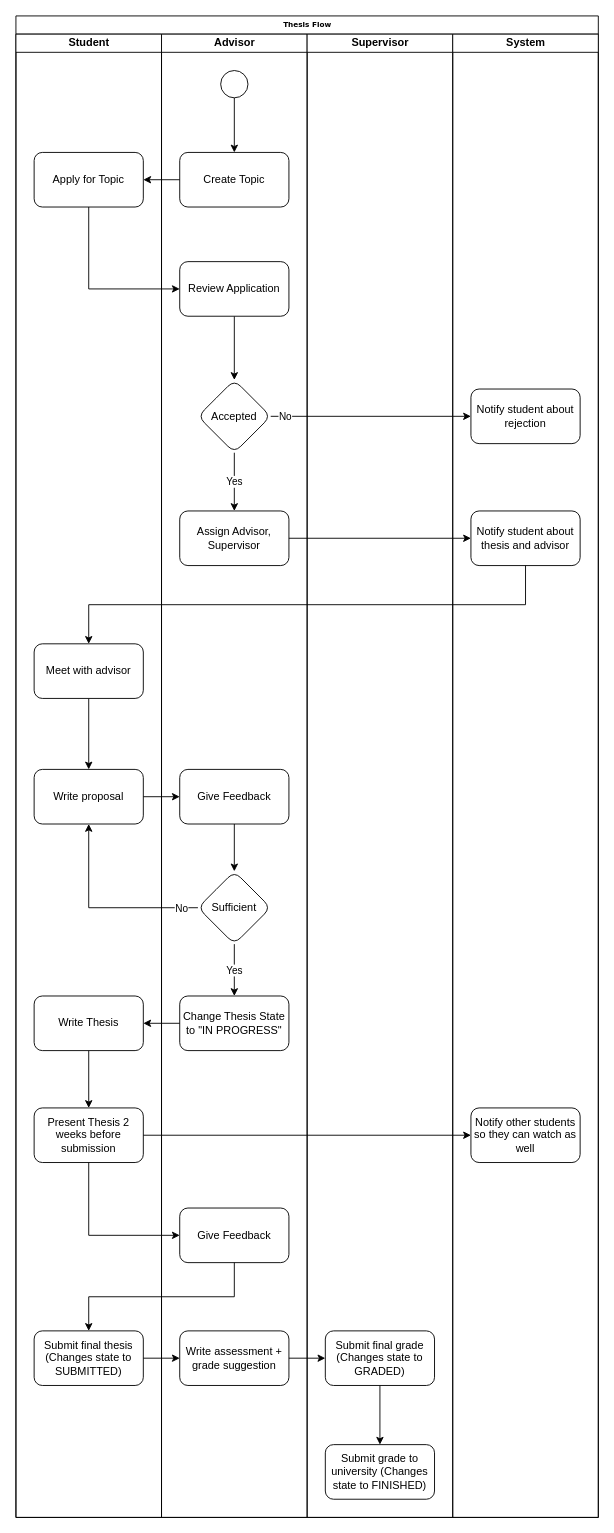
Earlier version of the draw.io diagram proposal/flowchart-2.drawio (fabian-emilius/bachelor-thesis-charts). Source tidied: cells renumbered, new cells numbered last; positions are measured from the earlier drawing's top-left corner, leaving out a move shared by most shapes. Both pictures are drawn from the tidied source at 91%, with x=0, y=0 at pixel (15, 15).
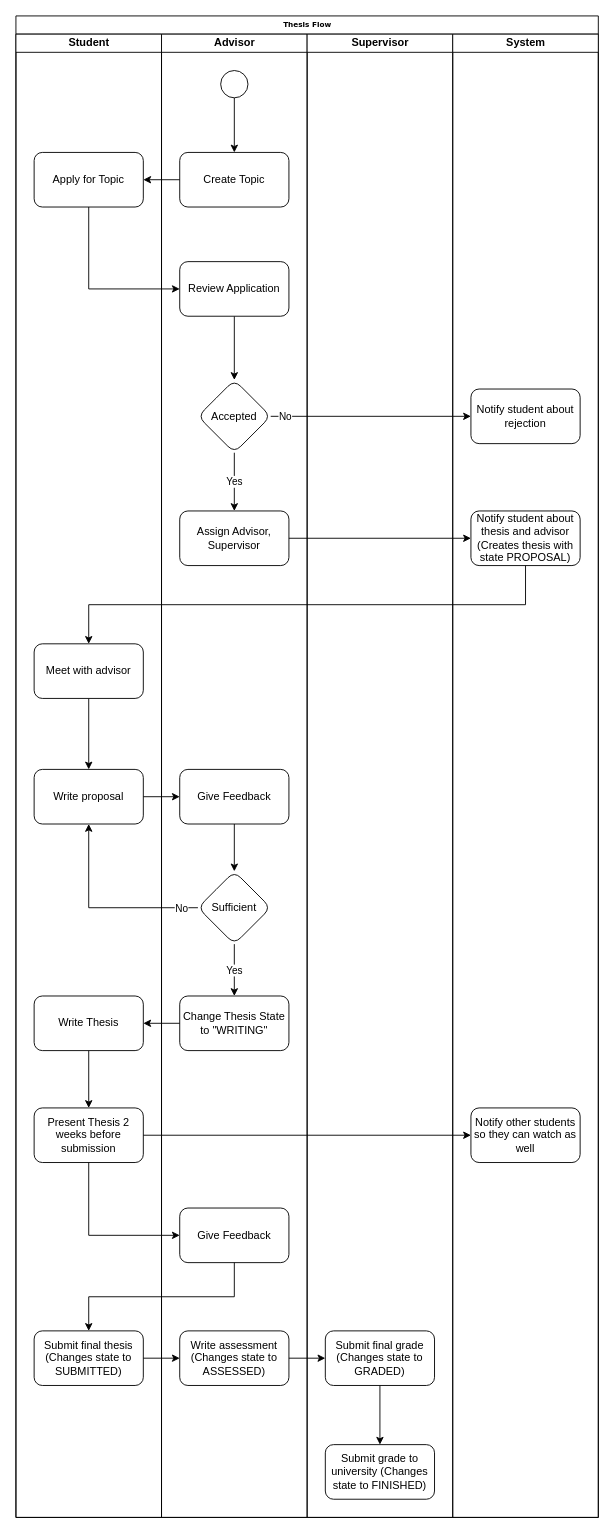
The same page after the edit.

Commit message:
Update state names

Unchanged cells that the change refers to:
```xml
<mxCell id="12" value="Advisor" style="swimlane;html=1;startSize=20;" parent="2" vertex="1">
  <mxGeometry x="160" y="20" width="160" height="1630" as="geometry" />
</mxCell>
<mxCell id="32" value="System" style="swimlane;html=1;startSize=20;" parent="2" vertex="1">
  <mxGeometry x="480" y="20" width="160" height="1630" as="geometry" />
</mxCell>
```

What changed in the source:
```diff
@@
-    <mxCell id="25" value="Change Thesis State to &quot;IN PROGRESS&quot;" style="whiteSpace=wrap;html=1;rounded=1;" parent="12" vertex="1">
+    <mxCell id="25" value="Change Thesis State to &quot;WRITING&quot;" style="whiteSpace=wrap;html=1;rounded=1;" parent="12" vertex="1">
       <mxGeometry x="20" y="1057" width="120" height="60" as="geometry" />
     </mxCell>
@@
-    <mxCell id="27" value="Write assessment + grade suggestion" style="whiteSpace=wrap;html=1;rounded=1;" parent="12" vertex="1">
+    <mxCell id="27" value="Write assessment (Changes state to ASSESSED)" style="whiteSpace=wrap;html=1;rounded=1;" parent="12" vertex="1">
       <mxGeometry x="20" y="1425" width="120" height="60" as="geometry" />
     </mxCell>
@@
-    <mxCell id="34" value="Notify student about thesis and advisor" style="whiteSpace=wrap;html=1;rounded=1;" parent="32" vertex="1">
+    <mxCell id="34" value="Notify student about thesis and advisor (Creates thesis with state PROPOSAL)" style="whiteSpace=wrap;html=1;rounded=1;" parent="32" vertex="1">
       <mxGeometry x="20" y="524" width="120" height="60" as="geometry" />
     </mxCell>
```
